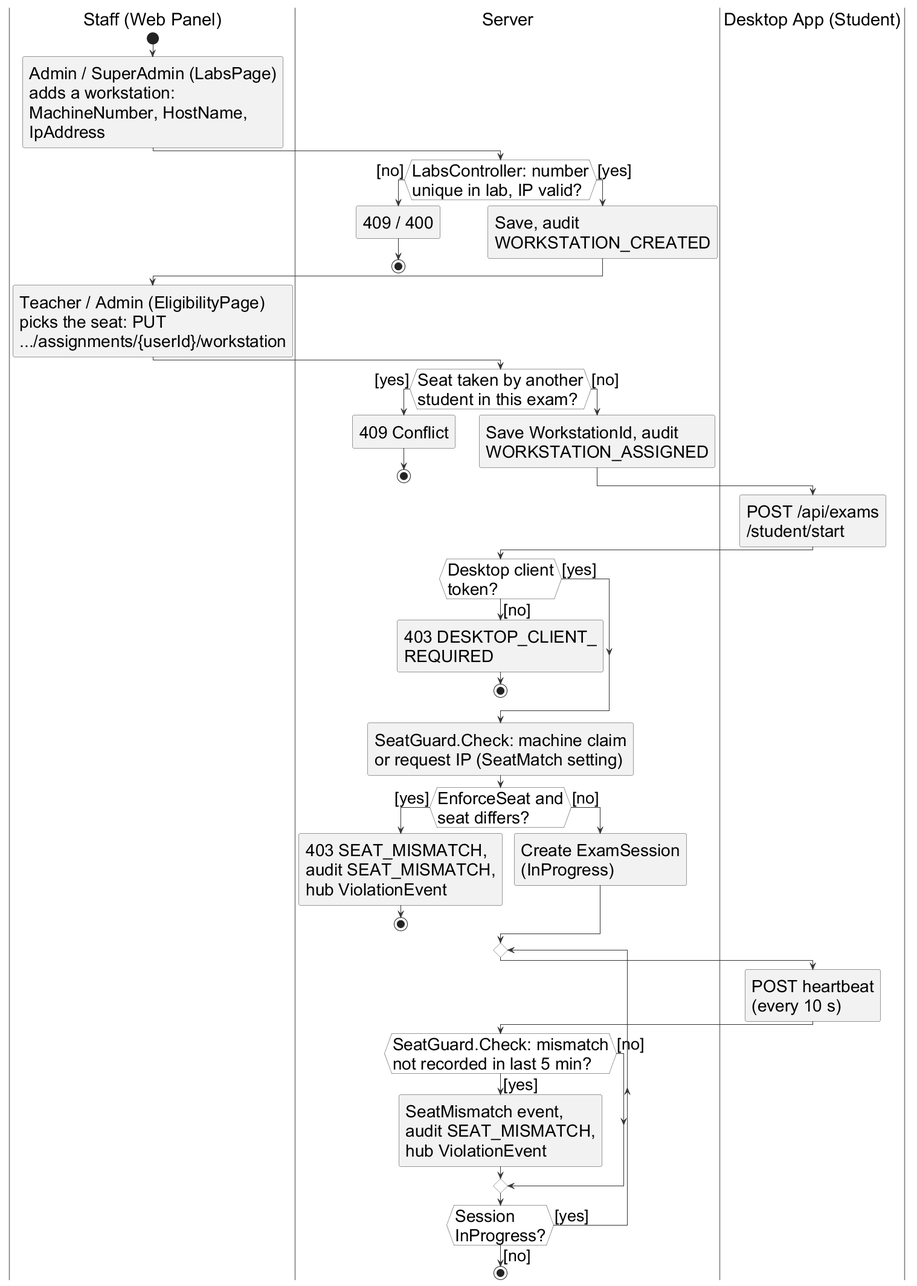
Haiderali27-hub/AI-Lab-Monitoring- keeps this PlantUML diagram as important docs/fyp_doc_3chatp/Figures/activity_seating.png. Above is the earlier version. Its source is kept beside it as important docs/fyp_doc_3chatp/Figures/src/activity_seating.puml.
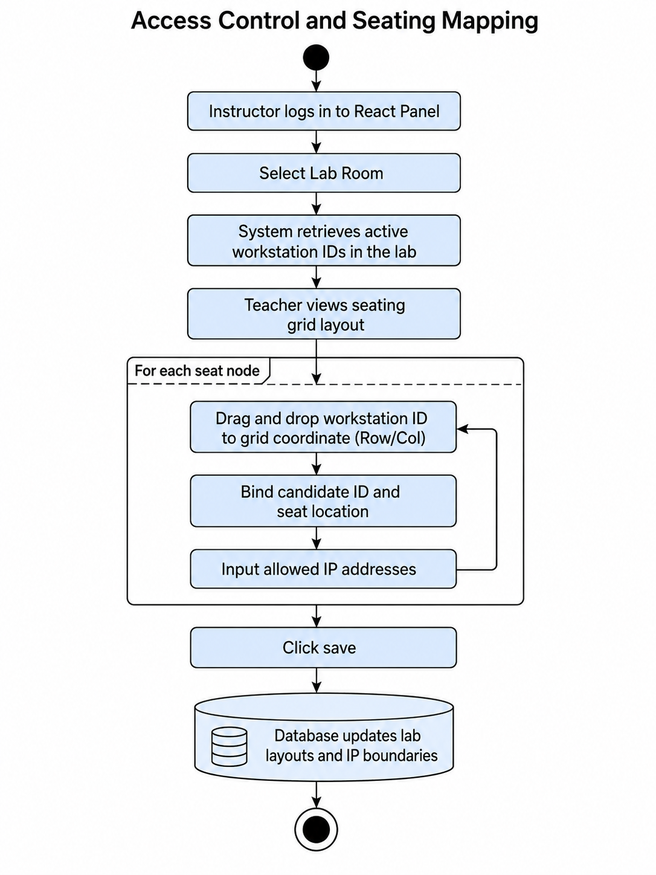
Later version of the same file.

Diff of the diagram source:
```diff
@@ -11,62 +11,57 @@
 
 |Staff (Web Panel)|
 start
-:Admin / SuperAdmin (LabsPage)
-adds a workstation:
-MachineNumber, HostName,
-IpAddress;
+:Admin adds a
+workstation (number,
+host name, IP);
 |Server|
-if (LabsController: number\nunique in lab, IP valid?) then ([no])
-  :409 / 400;
+if (Number unique,\nIP valid?) then ([no])
+  :Refuse;
   stop
 else ([yes])
-  :Save, audit
-  WORKSTATION_CREATED;
+  :Save, audit;
 endif
 |Staff (Web Panel)|
-:Teacher / Admin (EligibilityPage)
-picks the seat: PUT
-.../assignments/{userId}/workstation;
+:Teacher or admin
+assigns a seat
+to a student;
 |Server|
-if (Seat taken by another\nstudent in this exam?) then ([yes])
-  :409 Conflict;
+if (Seat free in\nthis exam?) then ([no])
+  :Refuse;
   stop
-else ([no])
-  :Save WorkstationId, audit
-  WORKSTATION_ASSIGNED;
+else ([yes])
+  :Save seat,
+  audit;
 endif
 |Desktop App (Student)|
-:POST /api/exams
-/student/start;
+:Start the
+exam;
 |Server|
-if (Desktop client\ntoken?) then ([no])
-  :403 DESKTOP_CLIENT_
-  REQUIRED;
+if (Desktop\nclient?) then ([no])
+  :Refuse;
   stop
 else ([yes])
 endif
-:SeatGuard.Check: machine claim
-or request IP (SeatMatch setting);
-if (EnforceSeat and\nseat differs?) then ([yes])
-  :403 SEAT_MISMATCH,
-  audit SEAT_MISMATCH,
-  hub ViolationEvent;
+:Compare PC name
+or IP with the seat;
+if (Seat enforced\nand wrong PC?) then ([yes])
+  :Refuse, audit,
+  alert monitor;
   stop
 else ([no])
-  :Create ExamSession
-  (InProgress);
+  :Create the
+  session;
 endif
 repeat
   |Desktop App (Student)|
-  :POST heartbeat
-  (every 10 s);
+  :Heartbeat
+  (10 s);
   |Server|
-  if (SeatGuard.Check: mismatch\nnot recorded in last 5 min?) then ([yes])
-    :SeatMismatch event,
-    audit SEAT_MISMATCH,
-    hub ViolationEvent;
+  if (New seat\nmismatch?) then ([yes])
+    :Record, audit,
+    alert monitor;
   else ([no])
   endif
-repeat while (Session\nInProgress?) is ([yes]) not ([no])
+repeat while (In\nprogress?) is ([yes]) not ([no])
 stop
 @enduml
```
